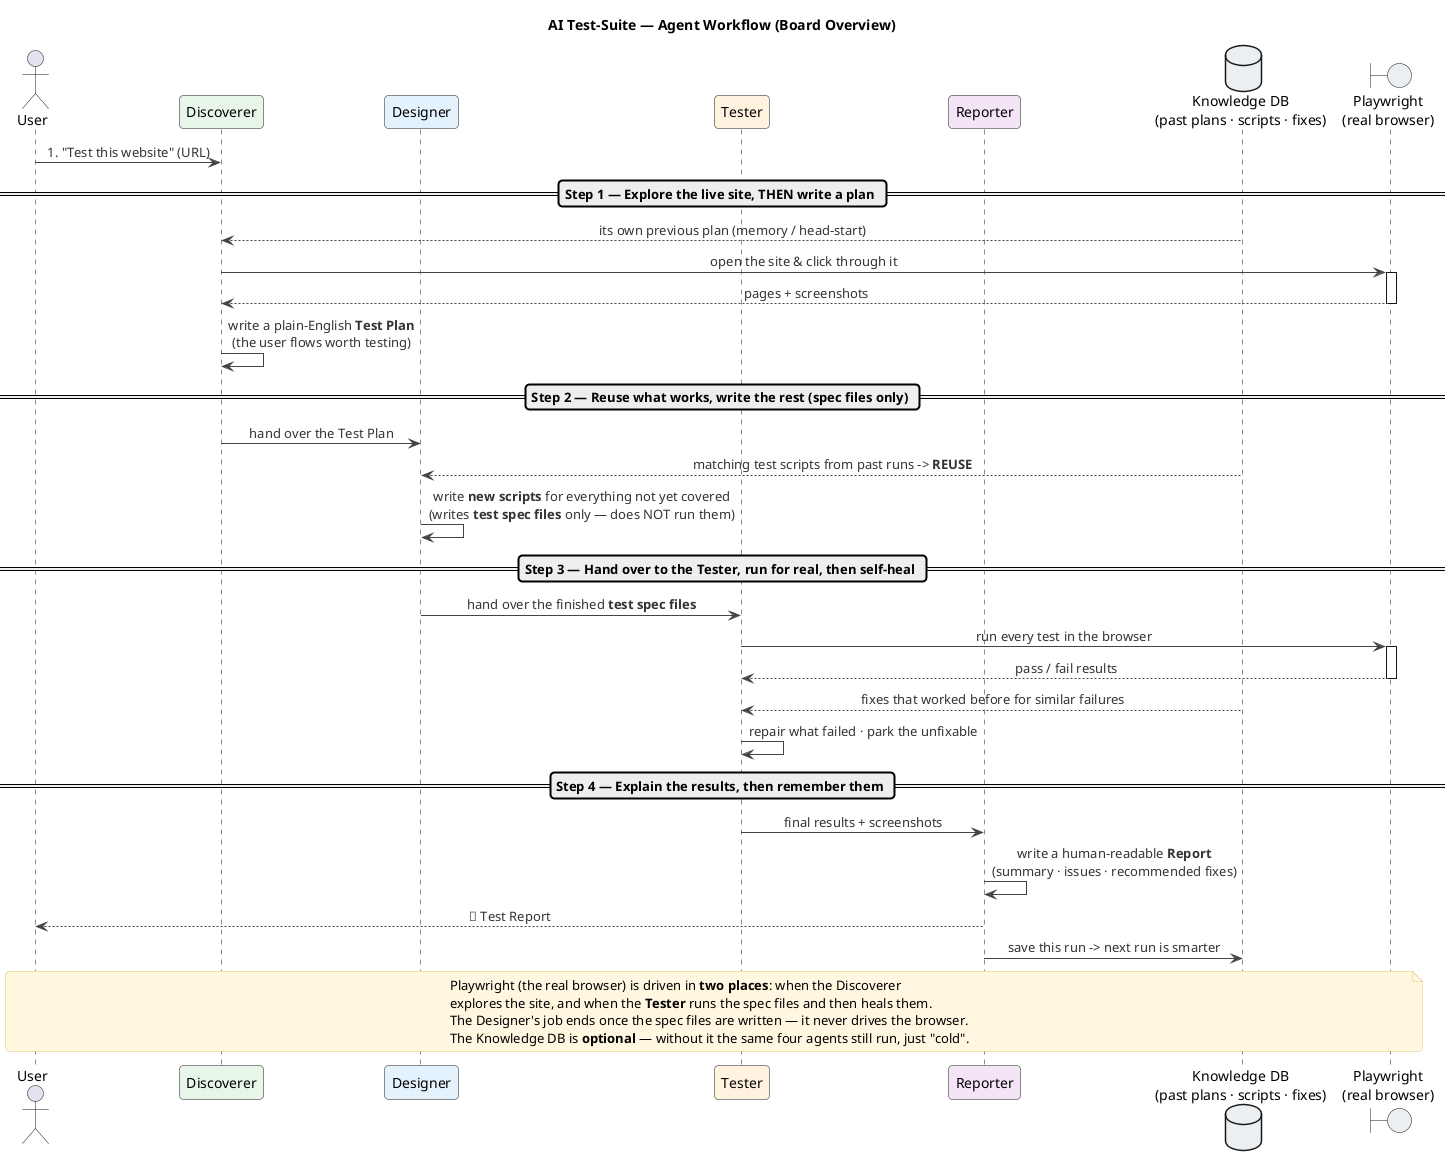
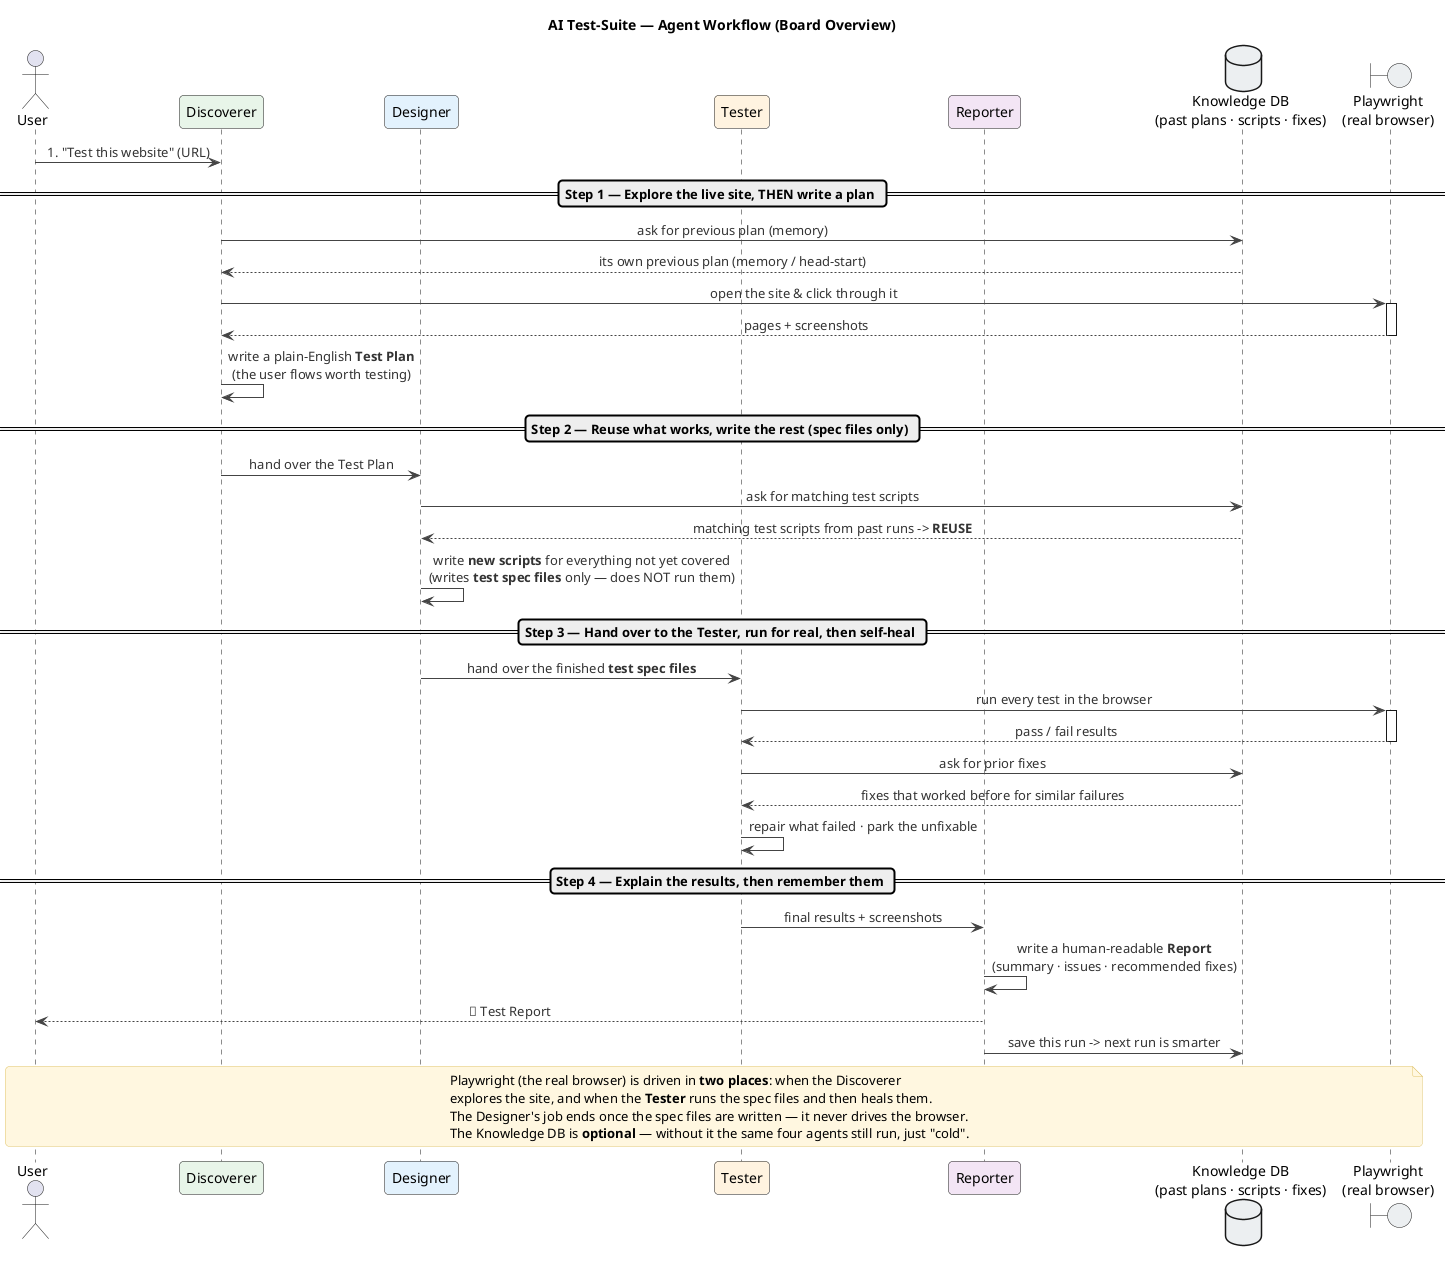
@startuml ai-test-suite-workflow
title AI Test-Suite — Agent Workflow (Board Overview)

' --- look & feel: clean, readable, board-friendly ---
skinparam backgroundColor #FFFFFF
skinparam shadowing false
skinparam sequenceMessageAlign center
skinparam roundcorner 8
skinparam ArrowColor #444444
skinparam ArrowFontColor #333333
skinparam NoteBackgroundColor #FFF7E0
skinparam NoteBorderColor #E0C46C

actor "User" as User

participant "Discoverer" as A1 #E8F5E9
participant "Designer"   as A2 #E3F2FD
participant "Tester"    as A3 #FFF3E0
participant "Reporter"   as A4 #F3E5F5

database  "Knowledge DB\n(past plans · scripts · fixes)" as DB #ECEFF1
boundary  "Playwright\n(real browser)"                  as PW #ECEFF1

User -> A1 : 1. "Test this website" (URL)

== Step 1 — Explore the live site, THEN write a plan ==
+ A1 -> DB : ask for previous plan (memory)
DB --> A1 : its own previous plan (memory / head-start)
A1 -> PW : open the site & click through it
activate PW
PW --> A1 : pages + screenshots
deactivate PW
A1 -> A1 : write a plain-English **Test Plan**\n(the user flows worth testing)

== Step 2 — Reuse what works, write the rest (spec files only) ==
A1 -> A2 : hand over the Test Plan
+ A2 -> DB : ask for matching test scripts
DB --> A2 : matching test scripts from past runs -> **REUSE**
A2 -> A2 : write **new scripts** for everything not yet covered\n(writes **test spec files** only — does NOT run them)

== Step 3 — Hand over to the Tester, run for real, then self-heal ==
A2 -> A3 : hand over the finished **test spec files**
A3 -> PW : run every test in the browser
activate PW
PW --> A3 : pass / fail results
deactivate PW
+ A3 -> DB : ask for prior fixes
DB --> A3 : fixes that worked before for similar failures
A3 -> A3 : repair what failed · park the unfixable

== Step 4 — Explain the results, then remember them ==
A3 -> A4 : final results + screenshots
A4 -> A4 : write a human-readable **Report**\n(summary · issues · recommended fixes)
A4 --> User : 📄 Test Report
A4 -> DB : save this run -> next run is smarter

note across
  Playwright (the real browser) is driven in **two places**: when the Discoverer
  explores the site, and when the **Tester** runs the spec files and then heals them.
  The Designer's job ends once the spec files are written — it never drives the browser.
  The Knowledge DB is **optional** — without it the same four agents still run, just "cold".
end note

@enduml
